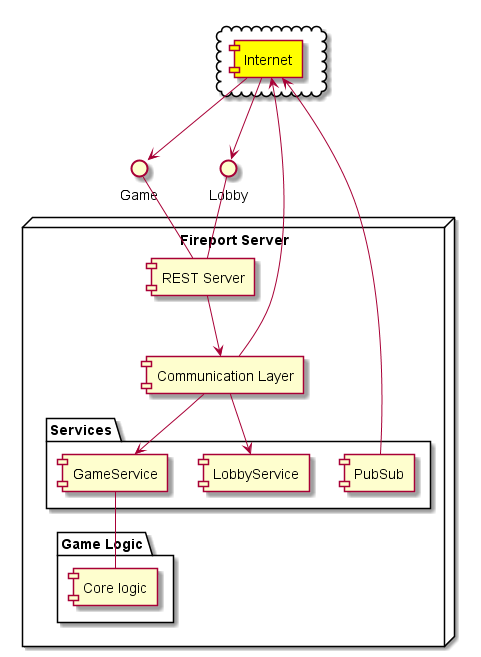
bitDecayGames/fireport keeps this PlantUML diagram as architecture.png. Above is the earlier version. Its source is kept beside it as architecture.puml. Its diagram source:
```plantuml
@startuml
cloud {
    [Internet] #Yellow
}
Internet --> Game
Internet --> Lobby
node "Fireport Server" {
    Lobby -- [REST Server]
    Game -- [REST Server]


    [REST Server] --> [Communication Layer]


    package "Services" {
        [Communication Layer] --> [LobbyService]
        [Communication Layer] --> [GameService]
        [Communication Layer] --> Internet
        [PubSub] -up-> Internet
    }

    package "Game Logic" {
        [GameService] -- [Core logic]
    }
}
@enduml
```
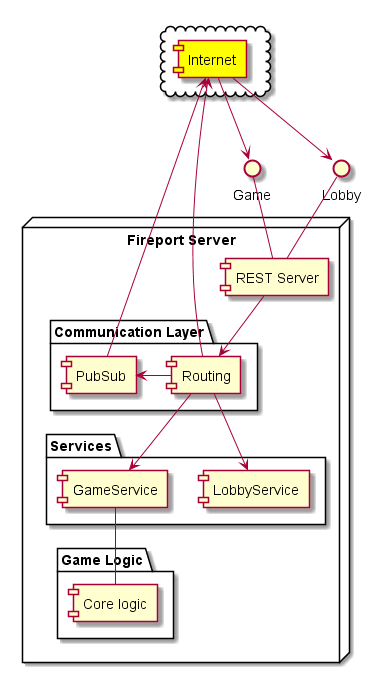
After the commit.

Diff of the diagram source:
```diff
@@ -8,15 +8,16 @@
     Lobby -- [REST Server]
     Game -- [REST Server]
 
-
-    [REST Server] --> [Communication Layer]
-
+    package "Communication Layer" {
+        [REST Server] --> [Routing]
+        [PubSub] -up-> Internet
+        [Routing] -left-> [PubSub]
+    }
 
     package "Services" {
-        [Communication Layer] --> [LobbyService]
-        [Communication Layer] --> [GameService]
-        [Communication Layer] --> Internet
-        [PubSub] -up-> Internet
+        [Routing] --> [LobbyService]
+        [Routing] --> [GameService]
+        [Routing] --> Internet
     }
 
     package "Game Logic" {
```
